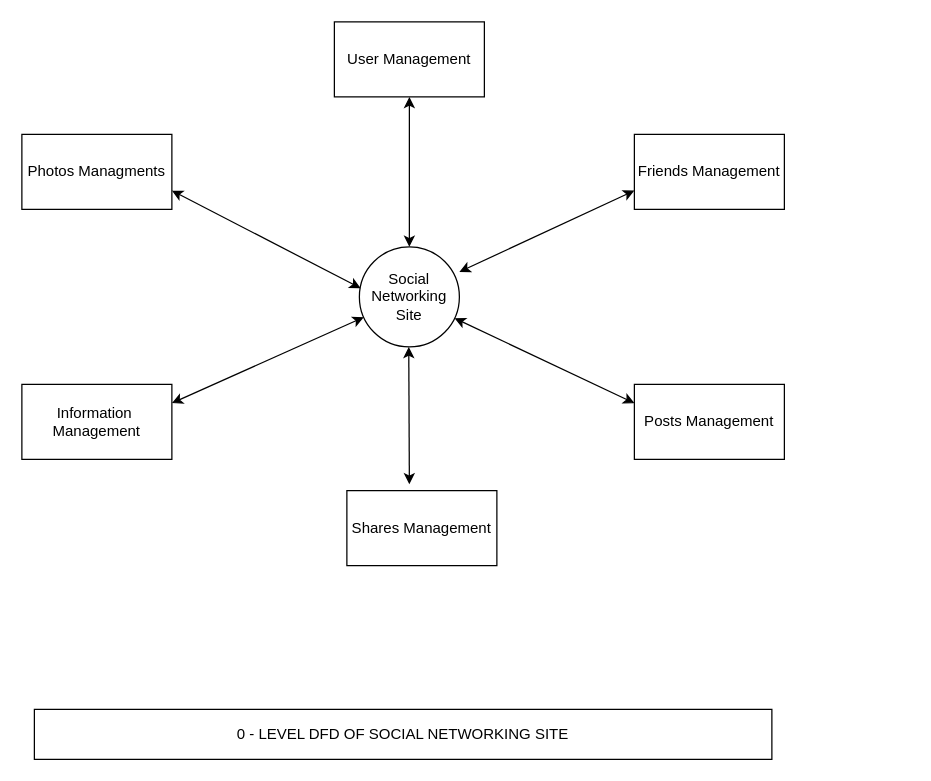
Earlier version of the draw.io diagram Untitled Diagram.drawio (wagadrepallavi/FED-QUIZ-1). Source tidied: cells renumbered, new cells numbered last; positions are measured from the earlier drawing's top-left corner, leaving out a move shared by most shapes. Both pictures are drawn from the tidied source at 125%, with x=0, y=0 at pixel (21, 21).
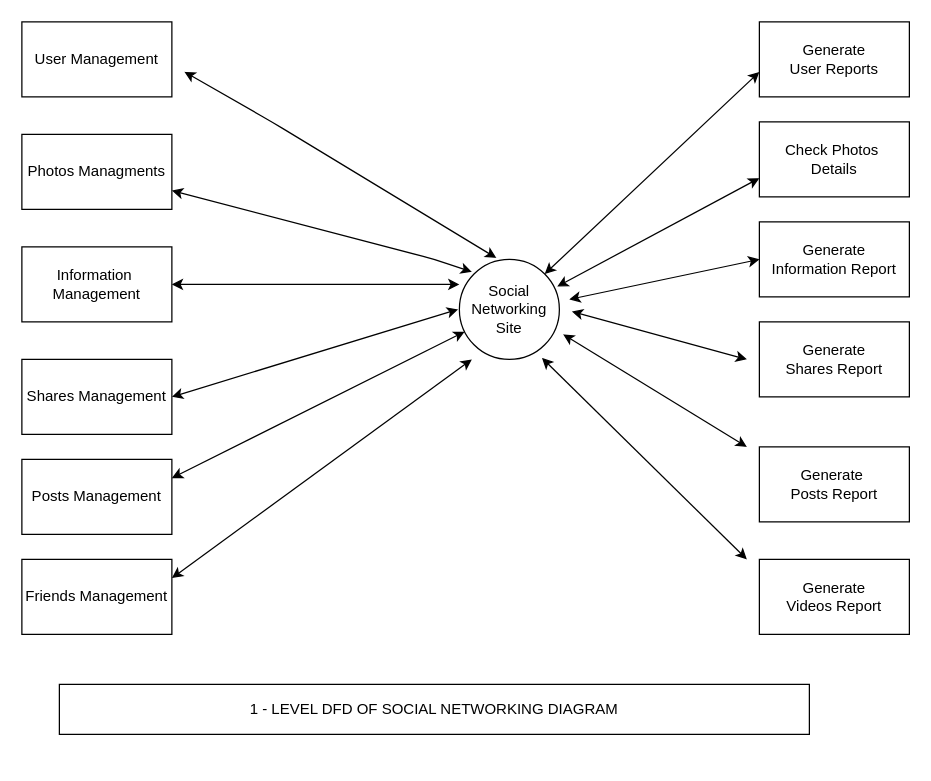
After the change.

The change refers to these unchanged cells:
```xml
<mxCell id="5" value="Photos Managments" style="rounded=0;whiteSpace=wrap;html=1;" parent="1" vertex="1">
  <mxGeometry y="90" width="120" height="60" as="geometry" />
</mxCell>
```

The edit, as a diff of the source:
```diff
@@
     <mxCell id="2" value="Social&lt;br&gt;Networking Site" style="ellipse;whiteSpace=wrap;html=1;" parent="1" vertex="1">
-      <mxGeometry x="270" y="180" width="80" height="80" as="geometry" />
+      <mxGeometry x="350" y="190" width="80" height="80" as="geometry" />
     </mxCell>
     <mxCell id="3" value="User Management" style="rounded=0;whiteSpace=wrap;html=1;" parent="1" vertex="1">
-      <mxGeometry x="250" width="120" height="60" as="geometry" />
+      <mxGeometry width="120" height="60" as="geometry" />
     </mxCell>
     <mxCell id="4" value="Shares Management" style="rounded=0;whiteSpace=wrap;html=1;" parent="1" vertex="1">
-      <mxGeometry x="260" y="375" width="120" height="60" as="geometry" />
+      <mxGeometry y="270" width="120" height="60" as="geometry" />
     </mxCell>
@@
     <mxCell id="6" value="Friends Management" style="rounded=0;whiteSpace=wrap;html=1;" parent="1" vertex="1">
-      <mxGeometry x="490" y="90" width="120" height="60" as="geometry" />
+      <mxGeometry y="430" width="120" height="60" as="geometry" />
     </mxCell>
     <mxCell id="7" value="Information&amp;nbsp; Management" style="rounded=0;whiteSpace=wrap;html=1;" parent="1" vertex="1">
-      <mxGeometry y="290" width="120" height="60" as="geometry" />
+      <mxGeometry y="180" width="120" height="60" as="geometry" />
     </mxCell>
     <mxCell id="8" value="Posts Management" style="rounded=0;whiteSpace=wrap;html=1;" parent="1" vertex="1">
-      <mxGeometry x="490" y="290" width="120" height="60" as="geometry" />
+      <mxGeometry y="350" width="120" height="60" as="geometry" />
     </mxCell>
-    <mxCell id="9" style="endArrow=classic;startArrow=classic;html=1;exitX=0.5;exitY=0;exitDx=0;exitDy=0;entryX=0.5;entryY=1;entryDx=0;entryDy=0;entryPerimeter=0;" parent="1" edge="1" source="2" target="3">
-      <mxGeometry relative="1" as="geometry" />
+    <mxCell id="9" style="endArrow=classic;startArrow=classic;html=1;exitX=0.37;exitY=-0.014;exitDx=0;exitDy=0;exitPerimeter=0;" parent="1" edge="1" source="2">
+      <mxGeometry relative="1" as="geometry">
+        <mxPoint x="130" y="40" as="targetPoint" />
+        <Array as="points">
+          <mxPoint x="200" y="80" />
+          <mxPoint x="130" y="40" />
+        </Array>
+      </mxGeometry>
     </mxCell>
-    <mxCell id="10" style="endArrow=classic;startArrow=classic;html=1;exitX=1;exitY=0.25;exitDx=0;exitDy=0;" parent="1" edge="1" source="7" target="2">
-      <mxGeometry relative="1" as="geometry" />
+    <mxCell id="10" style="endArrow=classic;startArrow=classic;html=1;exitX=1;exitY=0.5;exitDx=0;exitDy=0;" parent="1" edge="1" source="7">
+      <mxGeometry relative="1" as="geometry">
+        <mxPoint x="350" y="210" as="targetPoint" />
+      </mxGeometry>
     </mxCell>
-    <mxCell id="11" style="endArrow=classic;startArrow=classic;html=1;entryX=1;entryY=0.75;entryDx=0;entryDy=0;exitX=0.013;exitY=0.413;exitDx=0;exitDy=0;exitPerimeter=0;" parent="1" edge="1" source="2" target="5">
-      <mxGeometry relative="1" as="geometry" />
-    </mxCell>
-    <mxCell id="12" style="endArrow=classic;startArrow=classic;html=1;" parent="1" edge="1">
-      <mxGeometry relative="1" as="geometry">
-        <mxPoint x="310" y="370" as="sourcePoint" />
-        <mxPoint x="309.5" y="260" as="targetPoint" />
-      </mxGeometry>
-    </mxCell>
-    <mxCell id="13" style="endArrow=classic;startArrow=classic;html=1;entryX=0;entryY=0.25;entryDx=0;entryDy=0;" parent="1" edge="1" source="2" target="8">
+    <mxCell id="13" style="endArrow=classic;startArrow=classic;html=1;entryX=1;entryY=0.25;entryDx=0;entryDy=0;entryPerimeter=0;" parent="1" edge="1" source="2" target="8">
       <mxGeometry relative="1" as="geometry" />
     </mxCell>
-    <mxCell id="14" style="endArrow=classic;startArrow=classic;html=1;entryX=0;entryY=0.75;entryDx=0;entryDy=0;exitX=1;exitY=0.25;exitDx=0;exitDy=0;exitPerimeter=0;" parent="1" edge="1" source="2" target="6">
+    <mxCell id="14" style="endArrow=classic;startArrow=classic;html=1;entryX=1;entryY=0.25;entryDx=0;entryDy=0;exitX=0.125;exitY=1;exitDx=0;exitDy=0;exitPerimeter=0;" parent="1" edge="1" source="2" target="6">
       <mxGeometry relative="1" as="geometry" />
     </mxCell>
-    <mxCell id="15" value="0 - LEVEL DFD OF SOCIAL NETWORKING SITE" style="rounded=0;whiteSpace=wrap;html=1;" parent="1" vertex="1">
-      <mxGeometry x="10" y="550" width="590" height="40" as="geometry" />
-    </mxCell>
+    <mxCell id="16" style="endArrow=classic;startArrow=classic;html=1;exitX=1;exitY=0.5;exitDx=0;exitDy=0;" parent="1" edge="1" source="4">
+      <mxGeometry relative="1" as="geometry">
+        <mxPoint x="349" y="230" as="targetPoint" />
+      </mxGeometry>
+    </mxCell>
+    <mxCell id="17" style="endArrow=classic;startArrow=classic;html=1;exitX=1;exitY=0.75;exitDx=0;exitDy=0;" parent="1" edge="1" source="5">
+      <mxGeometry relative="1" as="geometry">
+        <mxPoint x="360" y="200" as="targetPoint" />
+        <Array as="points">
+          <mxPoint x="330" y="190" />
+        </Array>
+      </mxGeometry>
+    </mxCell>
+    <mxCell id="18" value="Generate&lt;br&gt;Information Report" style="rounded=0;whiteSpace=wrap;html=1;" parent="1" vertex="1">
+      <mxGeometry x="590" y="160" width="120" height="60" as="geometry" />
+    </mxCell>
+    <mxCell id="19" value="Generate&lt;br&gt;Shares Report" style="rounded=0;whiteSpace=wrap;html=1;" parent="1" vertex="1">
+      <mxGeometry x="590" y="240" width="120" height="60" as="geometry" />
+    </mxCell>
+    <mxCell id="20" value="Generate&amp;nbsp;&lt;br&gt;Posts Report" style="rounded=0;whiteSpace=wrap;html=1;" parent="1" vertex="1">
+      <mxGeometry x="590" y="340" width="120" height="60" as="geometry" />
+    </mxCell>
+    <mxCell id="21" value="Generate&lt;br&gt;Videos Report" style="rounded=0;whiteSpace=wrap;html=1;" parent="1" vertex="1">
+      <mxGeometry x="590" y="430" width="120" height="60" as="geometry" />
+    </mxCell>
+    <mxCell id="22" style="endArrow=classic;startArrow=classic;html=1;entryX=1;entryY=0;entryDx=0;entryDy=0;" parent="1" edge="1" target="2">
+      <mxGeometry relative="1" as="geometry">
+        <mxPoint x="590" y="40" as="sourcePoint" />
+      </mxGeometry>
+    </mxCell>
+    <mxCell id="23" style="endArrow=classic;startArrow=classic;html=1;entryX=1;entryY=0;entryDx=0;entryDy=0;exitX=0;exitY=0.75;exitDx=0;exitDy=0;" parent="1" edge="1">
+      <mxGeometry relative="1" as="geometry">
+        <mxPoint x="590" y="125" as="sourcePoint" />
+        <mxPoint x="428.3" y="211.7" as="targetPoint" />
+      </mxGeometry>
+    </mxCell>
+    <mxCell id="24" style="endArrow=classic;startArrow=classic;html=1;exitX=0;exitY=0.5;exitDx=0;exitDy=0;" parent="1" edge="1" source="18">
+      <mxGeometry relative="1" as="geometry">
+        <mxPoint x="438" y="222" as="targetPoint" />
+      </mxGeometry>
+    </mxCell>
+    <mxCell id="25" style="endArrow=classic;startArrow=classic;html=1;entryX=1;entryY=0;entryDx=0;entryDy=0;" parent="1" edge="1">
+      <mxGeometry relative="1" as="geometry">
+        <mxPoint x="580" y="270" as="sourcePoint" />
+        <mxPoint x="440" y="231.7" as="targetPoint" />
+      </mxGeometry>
+    </mxCell>
+    <mxCell id="26" style="endArrow=classic;startArrow=classic;html=1;" parent="1" edge="1">
+      <mxGeometry relative="1" as="geometry">
+        <mxPoint x="580" y="340" as="sourcePoint" />
+        <mxPoint x="433" y="250" as="targetPoint" />
+      </mxGeometry>
+    </mxCell>
+    <mxCell id="27" style="endArrow=classic;startArrow=classic;html=1;entryX=0.826;entryY=0.986;entryDx=0;entryDy=0;entryPerimeter=0;" parent="1" edge="1" target="2">
+      <mxGeometry relative="1" as="geometry">
+        <mxPoint x="580" y="430" as="sourcePoint" />
+      </mxGeometry>
+    </mxCell>
+    <mxCell id="28" value="Generate&lt;br&gt;User Reports" style="rounded=0;whiteSpace=wrap;html=1;" parent="1" vertex="1">
+      <mxGeometry x="590" width="120" height="60" as="geometry" />
+    </mxCell>
+    <mxCell id="29" value="Check Photos&amp;nbsp;&lt;br&gt;Details" style="rounded=0;whiteSpace=wrap;html=1;" parent="1" vertex="1">
+      <mxGeometry x="590" y="80" width="120" height="60" as="geometry" />
+    </mxCell>
+    <mxCell id="30" value="1 - LEVEL DFD OF SOCIAL NETWORKING DIAGRAM" style="rounded=0;whiteSpace=wrap;html=1;" parent="1" vertex="1">
+      <mxGeometry x="30" y="530" width="600" height="40" as="geometry" />
+    </mxCell>
```
